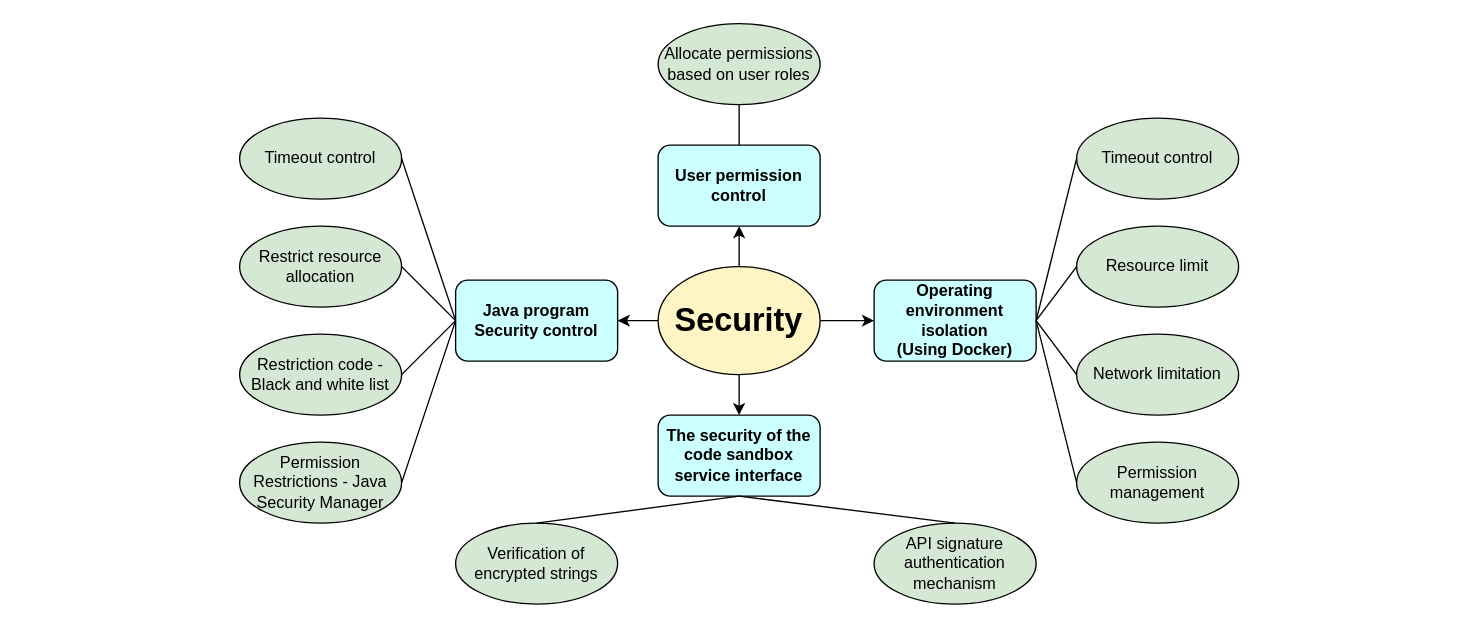
Before: fyp22.drawio in paasche0906/draw.io, a draw.io diagram. Source tidied: cells renumbered, new cells numbered last; positions are measured from the earlier drawing's top-left corner, leaving out a move shared by most shapes. Both pictures are drawn from the tidied source at 135%, with x=0, y=0 at pixel (239, 23).
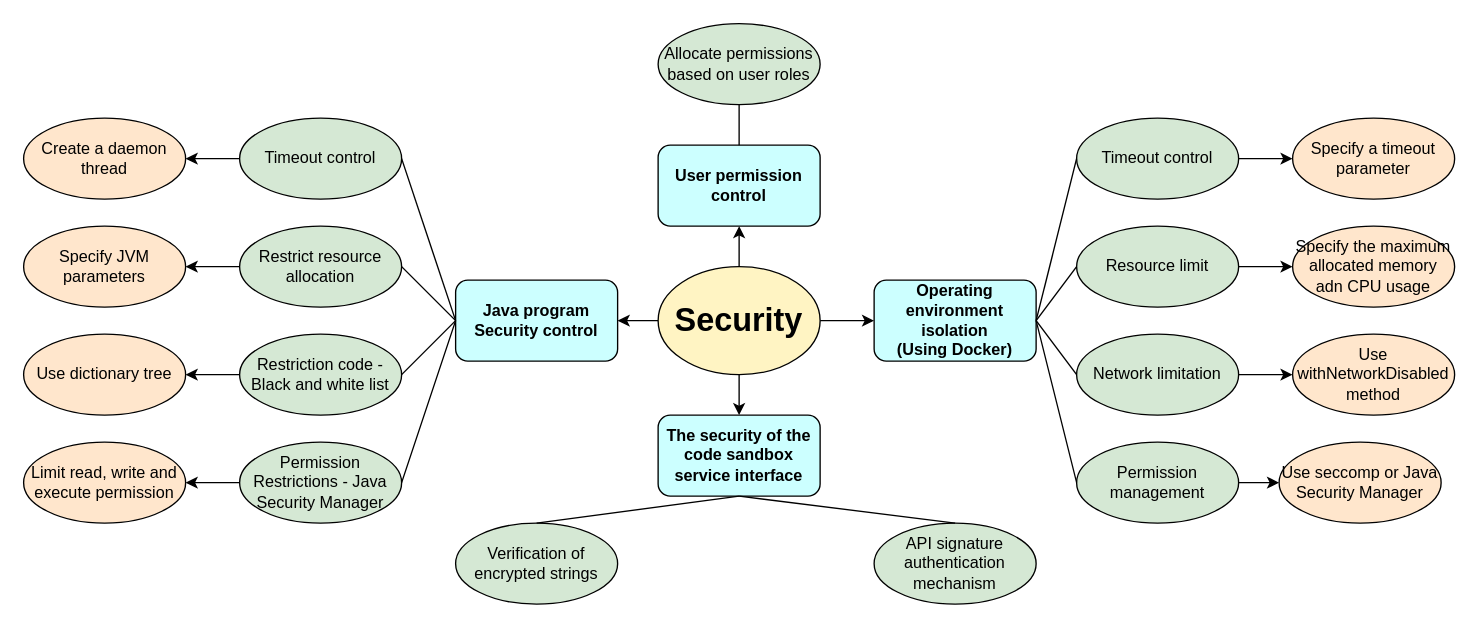
After the change.

Unchanged cells that the change refers to:
```xml
<mxCell id="8" value="Timeout control" style="ellipse;whiteSpace=wrap;html=1;fillColor=#D5E8D4;" parent="1" vertex="1">
  <mxGeometry y="70" width="120" height="60" as="geometry" />
</mxCell>
<mxCell id="9" value="Restrict resource allocation" style="ellipse;whiteSpace=wrap;html=1;fillColor=#D5E8D4;" parent="1" vertex="1">
  <mxGeometry y="150" width="120" height="60" as="geometry" />
</mxCell>
<mxCell id="10" value="Restriction code - Black and white list" style="ellipse;whiteSpace=wrap;html=1;fillColor=#D5E8D4;" parent="1" vertex="1">
  <mxGeometry y="230" width="120" height="60" as="geometry" />
</mxCell>
<mxCell id="11" value="Permission Restrictions - Java Security Manager" style="ellipse;whiteSpace=wrap;html=1;fillColor=#D5E8D4;" parent="1" vertex="1">
  <mxGeometry y="310" width="120" height="60" as="geometry" />
</mxCell>
<mxCell id="17" value="Timeout control" style="ellipse;whiteSpace=wrap;html=1;fillColor=#D5E8D4;" parent="1" vertex="1">
  <mxGeometry x="620" y="70" width="120" height="60" as="geometry" />
</mxCell>
<mxCell id="18" value="Resource limit" style="ellipse;whiteSpace=wrap;html=1;fillColor=#D5E8D4;" parent="1" vertex="1">
  <mxGeometry x="620" y="150" width="120" height="60" as="geometry" />
</mxCell>
<mxCell id="19" value="Network limitation" style="ellipse;whiteSpace=wrap;html=1;fillColor=#D5E8D4;" parent="1" vertex="1">
  <mxGeometry x="620" y="230" width="120" height="60" as="geometry" />
</mxCell>
<mxCell id="20" value="Permission management" style="ellipse;whiteSpace=wrap;html=1;fillColor=#D5E8D4;" parent="1" vertex="1">
  <mxGeometry x="620" y="310" width="120" height="60" as="geometry" />
</mxCell>
```

Change to the diagram source:
```diff
@@
+    <mxCell id="33" style="edgeStyle=orthogonalEdgeStyle;rounded=0;jettySize=auto;html=1;entryX=1;entryY=0.5;entryDx=0;entryDy=0;" parent="1" edge="1" source="8" target="41">
+      <mxGeometry relative="1" as="geometry" />
+    </mxCell>
@@
+    <mxCell id="34" style="edgeStyle=orthogonalEdgeStyle;rounded=0;jettySize=auto;html=1;entryX=1;entryY=0.5;entryDx=0;entryDy=0;" parent="1" edge="1" source="9" target="42">
+      <mxGeometry relative="1" as="geometry" />
+    </mxCell>
@@
+    <mxCell id="35" style="edgeStyle=orthogonalEdgeStyle;rounded=0;jettySize=auto;html=1;" parent="1" edge="1" source="10" target="43">
+      <mxGeometry relative="1" as="geometry" />
+    </mxCell>
@@
+    <mxCell id="36" style="edgeStyle=orthogonalEdgeStyle;rounded=0;jettySize=auto;html=1;" parent="1" edge="1" source="11" target="44">
+      <mxGeometry relative="1" as="geometry" />
+    </mxCell>
@@
+    <mxCell id="37" style="edgeStyle=orthogonalEdgeStyle;rounded=0;jettySize=auto;html=1;" parent="1" edge="1" source="17" target="45">
+      <mxGeometry relative="1" as="geometry" />
+    </mxCell>
@@
+    <mxCell id="38" style="edgeStyle=orthogonalEdgeStyle;rounded=0;jettySize=auto;html=1;" parent="1" edge="1" source="18" target="46">
+      <mxGeometry relative="1" as="geometry" />
+    </mxCell>
@@
+    <mxCell id="39" style="edgeStyle=orthogonalEdgeStyle;rounded=0;jettySize=auto;html=1;" parent="1" edge="1" source="19" target="47">
+      <mxGeometry relative="1" as="geometry" />
+    </mxCell>
@@
+    <mxCell id="40" style="edgeStyle=orthogonalEdgeStyle;rounded=0;jettySize=auto;html=1;" parent="1" edge="1" source="20" target="48">
+      <mxGeometry relative="1" as="geometry" />
+    </mxCell>
@@
+    <mxCell id="41" value="Create a daemon thread" style="ellipse;whiteSpace=wrap;html=1;fillColor=#FFE6CC;" parent="1" vertex="1">
+      <mxGeometry x="-160" y="70" width="120" height="60" as="geometry" />
+    </mxCell>
+    <mxCell id="42" value="Specify JVM parameters" style="ellipse;whiteSpace=wrap;html=1;fillColor=#FFE6CC;" parent="1" vertex="1">
+      <mxGeometry x="-160" y="150" width="120" height="60" as="geometry" />
+    </mxCell>
+    <mxCell id="43" value="Use dictionary tree" style="ellipse;whiteSpace=wrap;html=1;fillColor=#FFE6CC;" parent="1" vertex="1">
+      <mxGeometry x="-160" y="230" width="120" height="60" as="geometry" />
+    </mxCell>
+    <mxCell id="44" value="Limit read, write and execute permission" style="ellipse;whiteSpace=wrap;html=1;fillColor=#FFE6CC;" parent="1" vertex="1">
+      <mxGeometry x="-160" y="310" width="120" height="60" as="geometry" />
+    </mxCell>
+    <mxCell id="45" value="Specify a timeout parameter" style="ellipse;whiteSpace=wrap;html=1;fillColor=#FFE6CC;" parent="1" vertex="1">
+      <mxGeometry x="780" y="70" width="120" height="60" as="geometry" />
+    </mxCell>
+    <mxCell id="46" value="Specify the maximum allocated memory adn CPU usage" style="ellipse;whiteSpace=wrap;html=1;fillColor=#FFE6CC;" parent="1" vertex="1">
+      <mxGeometry x="780" y="150" width="120" height="60" as="geometry" />
+    </mxCell>
+    <mxCell id="47" value="Use withNetworkDisabled method" style="ellipse;whiteSpace=wrap;html=1;fillColor=#FFE6CC;" parent="1" vertex="1">
+      <mxGeometry x="780" y="230" width="120" height="60" as="geometry" />
+    </mxCell>
+    <mxCell id="48" value="Use seccomp or Java Security Manager" style="ellipse;whiteSpace=wrap;html=1;fillColor=#FFE6CC;" parent="1" vertex="1">
+      <mxGeometry x="770" y="310" width="120" height="60" as="geometry" />
+    </mxCell>
```
